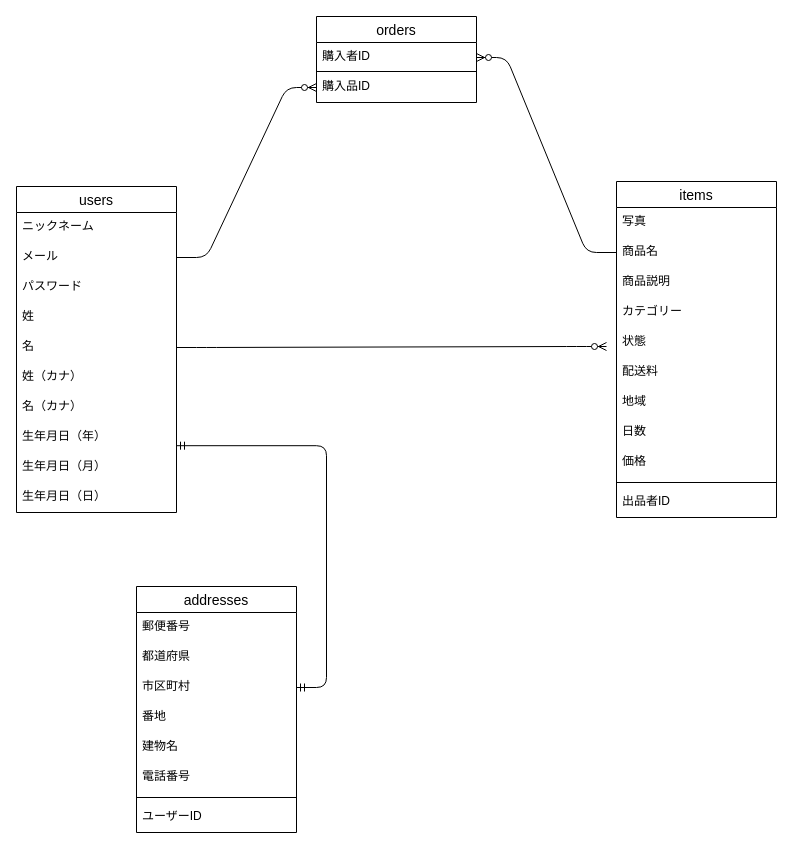
This is er.dio from hara0510/furima-39494, a draw.io file, before an edit. Source tidied: cells renumbered, new cells numbered last; positions are measured from the earlier drawing's top-left corner, leaving out a move shared by most shapes. Both pictures are drawn from the tidied source at 100%, with x=0, y=0 at pixel (16, 16).
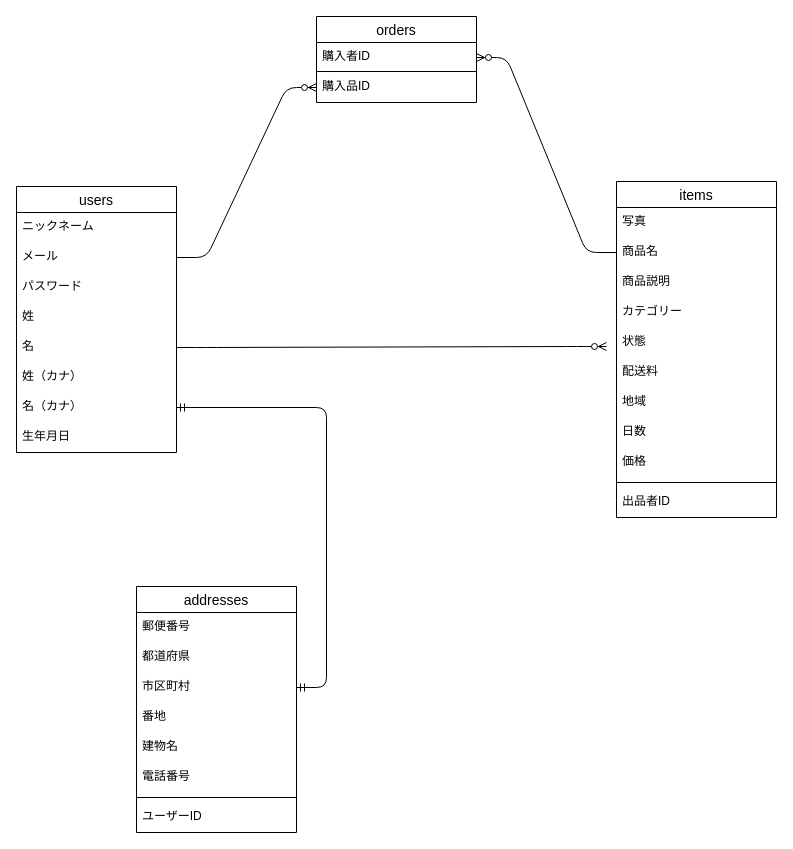
After the change.

Commit message (it also covers changes not shown here):
生年月日カラムの修正

The change refers to these unchanged cells:
```xml
<mxCell id="9" value="名（カナ）" style="text;strokeColor=none;fillColor=none;spacingLeft=4;spacingRight=4;overflow=hidden;points=[[0,0.5],[1,0.5]];portConstraint=eastwest;fontSize=12;" parent="2" vertex="1">
  <mxGeometry y="206" width="160" height="30" as="geometry" />
</mxCell>
<mxCell id="32" value="市区町村" style="text;strokeColor=none;fillColor=none;spacingLeft=4;spacingRight=4;overflow=hidden;points=[[0,0.5],[1,0.5]];portConstraint=eastwest;fontSize=12;" parent="29" vertex="1">
  <mxGeometry y="86" width="160" height="30" as="geometry" />
</mxCell>
```

The edit, as a diff of the source:
```diff
@@
     <mxCell id="2" value="users" style="swimlane;fontStyle=0;horizontal=1;startSize=26;align=center;fontSize=14;" parent="1" vertex="1">
-      <mxGeometry y="170" width="160" height="326" as="geometry" />
+      <mxGeometry y="170" width="160" height="266" as="geometry" />
     </mxCell>
@@
-    <mxCell id="10" value="生年月日（年）" style="text;strokeColor=none;fillColor=none;spacingLeft=4;spacingRight=4;overflow=hidden;points=[[0,0.5],[1,0.5]];portConstraint=eastwest;fontSize=12;" parent="2" vertex="1">
+    <mxCell id="10" value="生年月日" style="text;strokeColor=none;fillColor=none;spacingLeft=4;spacingRight=4;overflow=hidden;points=[[0,0.5],[1,0.5]];portConstraint=eastwest;fontSize=12;" parent="2" vertex="1">
       <mxGeometry y="236" width="160" height="30" as="geometry" />
     </mxCell>
-    <mxCell id="11" value="生年月日（月）" style="text;strokeColor=none;fillColor=none;spacingLeft=4;spacingRight=4;overflow=hidden;fontSize=12;" parent="2" vertex="1">
-      <mxGeometry y="266" width="160" height="30" as="geometry" />
-    </mxCell>
-    <mxCell id="12" value="生年月日（日）" style="text;strokeColor=none;fillColor=none;spacingLeft=4;spacingRight=4;overflow=hidden;fontSize=12;" parent="2" vertex="1">
-      <mxGeometry y="296" width="160" height="30" as="geometry" />
-    </mxCell>
@@
-    <mxCell id="41" style="edgeStyle=entityRelationEdgeStyle;fontSize=12;html=1;endArrow=ERmandOne;startArrow=ERmandOne;entryX=1;entryY=0.773;entryDx=0;entryDy=0;entryPerimeter=0;" parent="1" edge="1" source="32" target="10">
+    <mxCell id="41" style="edgeStyle=entityRelationEdgeStyle;fontSize=12;html=1;endArrow=ERmandOne;startArrow=ERmandOne;entryX=1;entryY=0.5;entryDx=0;entryDy=0;" parent="1" edge="1" source="32" target="9">
       <mxGeometry relative="1" as="geometry" />
     </mxCell>
```
